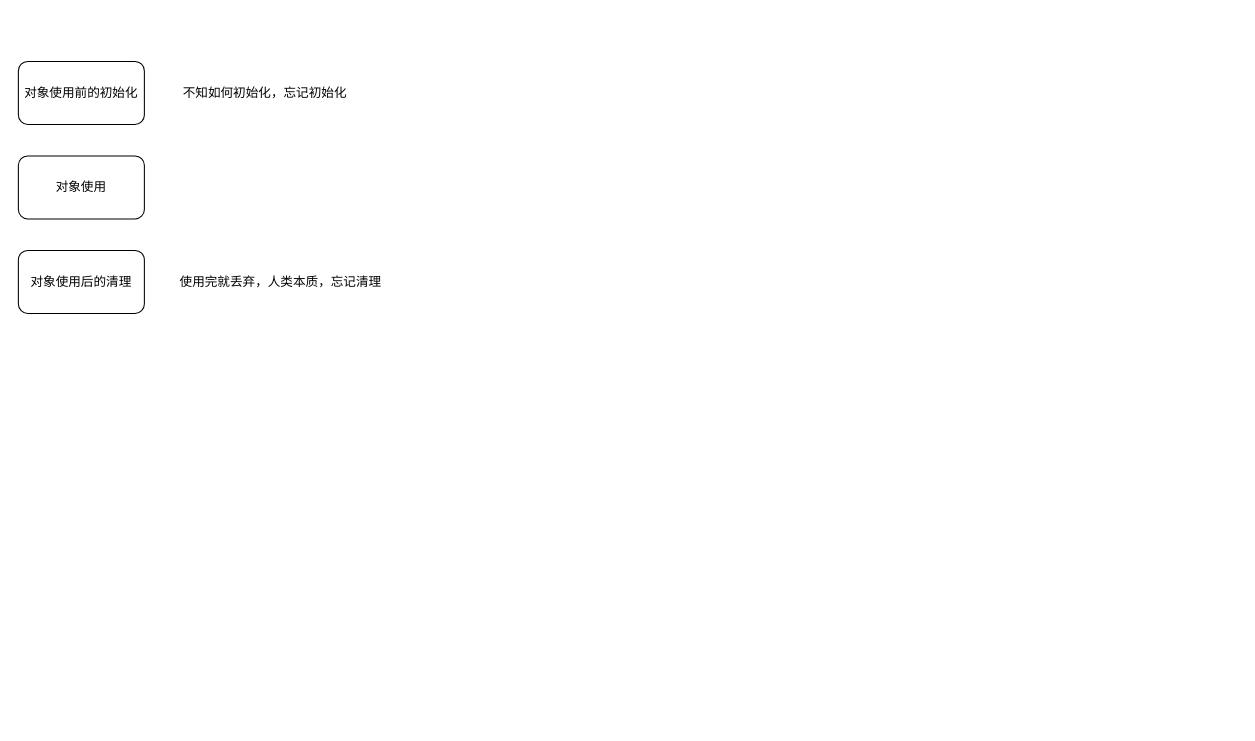
This is OnJava8/MindMap/006/001-stream.drawio from KerwinShi/JavaBookReading, a draw.io file, before an edit. Source tidied: cells renumbered, new cells numbered last; positions are measured from the earlier drawing's top-left corner, leaving out a move shared by most shapes. Both pictures are drawn from the tidied source at 105%, with x=0, y=0 at pixel (18, 61).
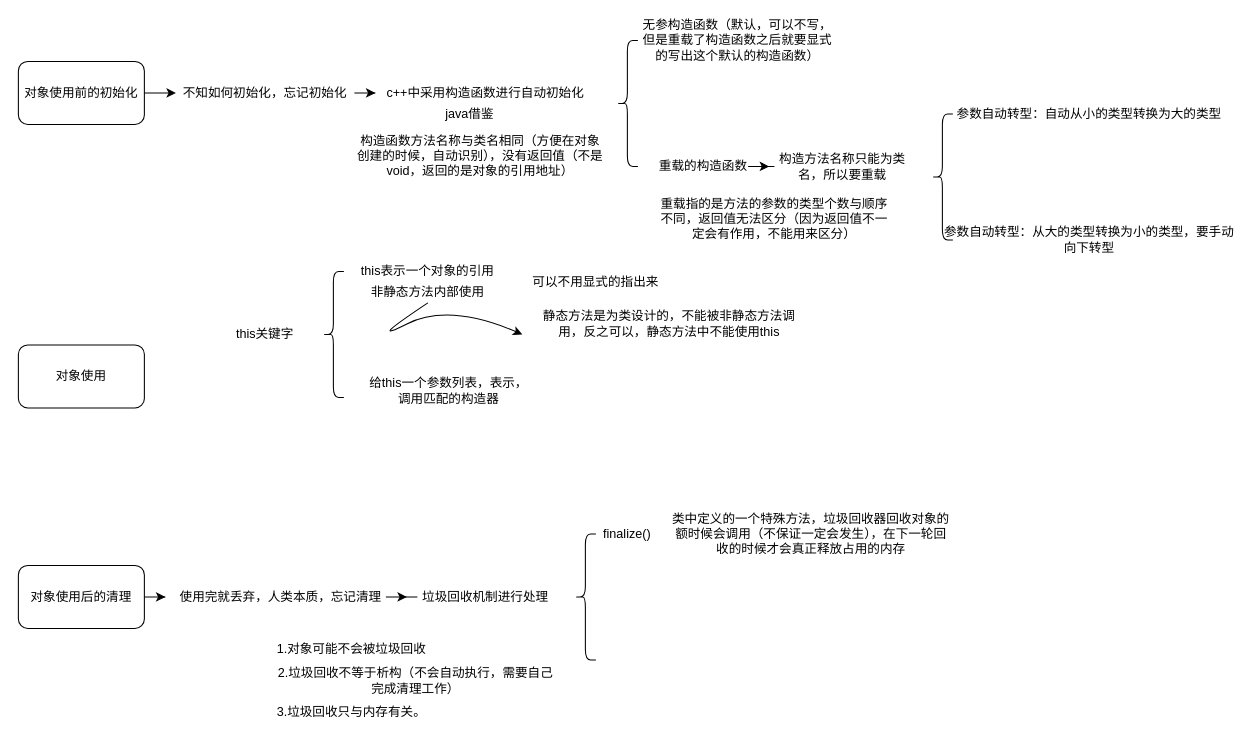
Above is the later version.

Commit message:
[add]完善图片内容

Unchanged cells that the change refers to:
```xml
<mxCell id="3" value="对象使用前的初始化" style="rounded=1;whiteSpace=wrap;html=1;" parent="1" vertex="1">
  <mxGeometry width="120" height="60" as="geometry" />
</mxCell>
<mxCell id="5" value="不知如何初始化，忘记初始化" style="text;html=1;strokeColor=none;fillColor=none;align=center;verticalAlign=middle;whiteSpace=wrap;rounded=0;" parent="1" vertex="1">
  <mxGeometry x="150" y="20" width="170" height="20" as="geometry" />
</mxCell>
```

What changed in the source:
```diff
@@
     <mxCell id="2" value="对象使用" style="rounded=1;whiteSpace=wrap;html=1;" parent="1" vertex="1">
-      <mxGeometry y="90" width="120" height="60" as="geometry" />
+      <mxGeometry y="270" width="120" height="60" as="geometry" />
     </mxCell>
+    <mxCell id="7" style="edgeStyle=orthogonalEdgeStyle;rounded=0;jettySize=auto;html=1;exitX=1;exitY=0.5;exitDx=0;exitDy=0;" parent="1" edge="1" source="3" target="5">
+      <mxGeometry relative="1" as="geometry" />
+    </mxCell>
@@
+    <mxCell id="8" style="edgeStyle=orthogonalEdgeStyle;rounded=0;jettySize=auto;html=1;exitX=1;exitY=0.5;exitDx=0;exitDy=0;" parent="1" edge="1" source="4" target="6">
+      <mxGeometry relative="1" as="geometry" />
+    </mxCell>
     <mxCell id="4" value="对象使用后的清理" style="rounded=1;whiteSpace=wrap;html=1;" parent="1" vertex="1">
-      <mxGeometry y="180" width="120" height="60" as="geometry" />
+      <mxGeometry y="480" width="120" height="60" as="geometry" />
     </mxCell>
+    <mxCell id="9" style="edgeStyle=orthogonalEdgeStyle;rounded=0;jettySize=auto;html=1;exitX=1;exitY=0.5;exitDx=0;exitDy=0;" parent="1" edge="1" source="5" target="11">
+      <mxGeometry relative="1" as="geometry" />
+    </mxCell>
@@
+    <mxCell id="10" style="edgeStyle=orthogonalEdgeStyle;rounded=0;jettySize=auto;html=1;exitX=1;exitY=0.5;exitDx=0;exitDy=0;" parent="1" edge="1" source="6" target="13">
+      <mxGeometry relative="1" as="geometry" />
+    </mxCell>
     <mxCell id="6" value="使用完就丢弃，人类本质，忘记清理" style="text;html=1;strokeColor=none;fillColor=none;align=center;verticalAlign=middle;whiteSpace=wrap;rounded=0;" parent="1" vertex="1">
-      <mxGeometry x="140" y="200" width="220" height="20" as="geometry" />
+      <mxGeometry x="140" y="500" width="220" height="20" as="geometry" />
     </mxCell>
+    <mxCell id="11" value="c++中采用构造函数进行自动初始化" style="text;html=1;strokeColor=none;fillColor=none;align=center;verticalAlign=middle;whiteSpace=wrap;rounded=0;" parent="1" vertex="1">
+      <mxGeometry x="340" y="20" width="210" height="20" as="geometry" />
+    </mxCell>
+    <mxCell id="12" value="java借鉴" style="text;html=1;strokeColor=none;fillColor=none;align=center;verticalAlign=middle;whiteSpace=wrap;rounded=0;" parent="1" vertex="1">
+      <mxGeometry x="400" y="40" width="60" height="20" as="geometry" />
+    </mxCell>
+    <mxCell id="13" value="垃圾回收机制进行处理" style="text;html=1;strokeColor=none;fillColor=none;align=center;verticalAlign=middle;whiteSpace=wrap;rounded=0;" parent="1" vertex="1">
+      <mxGeometry x="370" y="500" width="150" height="20" as="geometry" />
+    </mxCell>
+    <mxCell id="14" style="shape=curlyBracket;whiteSpace=wrap;html=1;rounded=1;" parent="1" vertex="1">
+      <mxGeometry x="570" y="-20" width="20" height="120" as="geometry" />
+    </mxCell>
+    <mxCell id="15" value="无参构造函数（默认，可以不写，但是重载了构造函数之后就要显式的写出这个默认的构造函数）" style="text;html=1;strokeColor=none;fillColor=none;align=center;verticalAlign=middle;whiteSpace=wrap;rounded=0;" parent="1" vertex="1">
+      <mxGeometry x="590" y="-30" width="190" height="20" as="geometry" />
+    </mxCell>
+    <mxCell id="16" style="edgeStyle=orthogonalEdgeStyle;rounded=0;jettySize=auto;html=1;exitX=1;exitY=0.5;exitDx=0;exitDy=0;" parent="1" edge="1" source="17" target="20">
+      <mxGeometry relative="1" as="geometry" />
+    </mxCell>
+    <mxCell id="17" value="重载的构造函数" style="text;html=1;strokeColor=none;fillColor=none;align=center;verticalAlign=middle;whiteSpace=wrap;rounded=0;" parent="1" vertex="1">
+      <mxGeometry x="605" y="90" width="95" height="20" as="geometry" />
+    </mxCell>
+    <mxCell id="18" value="重载指的是方法的参数的类型个数与顺序不同，返回值无法区分（因为返回值不一定会有作用，不能用来区分）" style="text;html=1;strokeColor=none;fillColor=none;align=center;verticalAlign=middle;whiteSpace=wrap;rounded=0;" parent="1" vertex="1">
+      <mxGeometry x="610" y="140" width="220" height="20" as="geometry" />
+    </mxCell>
+    <mxCell id="19" value="构造函数方法名称与类名相同（方便在对象创建的时候，自动识别），没有返回值（不是void，返回的是对象的引用地址）" style="text;html=1;strokeColor=none;fillColor=none;align=center;verticalAlign=middle;whiteSpace=wrap;rounded=0;" parent="1" vertex="1">
+      <mxGeometry x="320" y="80" width="240" height="20" as="geometry" />
+    </mxCell>
+    <mxCell id="20" value="构造方法名称只能为类名，所以要重载" style="text;html=1;strokeColor=none;fillColor=none;align=center;verticalAlign=middle;whiteSpace=wrap;rounded=0;" parent="1" vertex="1">
+      <mxGeometry x="715" y="90" width="140" height="20" as="geometry" />
+    </mxCell>
+    <mxCell id="21" style="shape=curlyBracket;whiteSpace=wrap;html=1;rounded=1;" parent="1" vertex="1">
+      <mxGeometry x="870" y="50" width="20" height="120" as="geometry" />
+    </mxCell>
+    <mxCell id="22" value="参数自动转型：自动从小的类型转换为大的类型" style="text;html=1;strokeColor=none;fillColor=none;align=center;verticalAlign=middle;whiteSpace=wrap;rounded=0;" parent="1" vertex="1">
+      <mxGeometry x="880" y="40" width="280" height="20" as="geometry" />
+    </mxCell>
+    <mxCell id="23" value="参数自动转型：从大的类型转换为小的类型，要手动向下转型" style="text;html=1;strokeColor=none;fillColor=none;align=center;verticalAlign=middle;whiteSpace=wrap;rounded=0;" parent="1" vertex="1">
+      <mxGeometry x="880" y="160" width="280" height="20" as="geometry" />
+    </mxCell>
+    <mxCell id="24" value="this关键字" style="text;html=1;strokeColor=none;fillColor=none;align=center;verticalAlign=middle;whiteSpace=wrap;rounded=0;" parent="1" vertex="1">
+      <mxGeometry x="190" y="250" width="90" height="20" as="geometry" />
+    </mxCell>
+    <mxCell id="25" style="shape=curlyBracket;whiteSpace=wrap;html=1;rounded=1;" parent="1" vertex="1">
+      <mxGeometry x="290" y="200" width="20" height="120" as="geometry" />
+    </mxCell>
+    <mxCell id="26" value="this表示一个对象的引用" style="text;html=1;strokeColor=none;fillColor=none;align=center;verticalAlign=middle;whiteSpace=wrap;rounded=0;" parent="1" vertex="1">
+      <mxGeometry x="310" y="190" width="160" height="20" as="geometry" />
+    </mxCell>
+    <mxCell id="27" value="非静态方法内部使用" style="text;html=1;strokeColor=none;fillColor=none;align=center;verticalAlign=middle;whiteSpace=wrap;rounded=0;" parent="1" vertex="1">
+      <mxGeometry x="320" y="210" width="140" height="20" as="geometry" />
+    </mxCell>
+    <mxCell id="28" value="可以不用显式的指出来" style="text;html=1;strokeColor=none;fillColor=none;align=center;verticalAlign=middle;whiteSpace=wrap;rounded=0;" parent="1" vertex="1">
+      <mxGeometry x="480" y="200" width="140" height="20" as="geometry" />
+    </mxCell>
+    <mxCell id="29" value="给this一个参数列表，表示，调用匹配的构造器" style="text;html=1;strokeColor=none;fillColor=none;align=center;verticalAlign=middle;whiteSpace=wrap;rounded=0;" parent="1" vertex="1">
+      <mxGeometry x="330" y="304" width="160" height="20" as="geometry" />
+    </mxCell>
+    <mxCell id="30" style="curved=1;endArrow=classic;html=1;exitX=0.5;exitY=1;exitDx=0;exitDy=0;" parent="1" edge="1" source="27">
+      <mxGeometry relative="1" as="geometry">
+        <mxPoint x="480" y="260" as="targetPoint" />
+        <Array as="points">
+          <mxPoint x="330" y="270" />
+          <mxPoint x="410" y="230" />
+        </Array>
+      </mxGeometry>
+    </mxCell>
+    <mxCell id="31" value="静态方法是为类设计的，不能被非静态方法调用，反之可以，静态方法中不能使用this" style="text;html=1;strokeColor=none;fillColor=none;align=center;verticalAlign=middle;whiteSpace=wrap;rounded=0;" parent="1" vertex="1">
+      <mxGeometry x="490" y="240" width="260" height="20" as="geometry" />
+    </mxCell>
+    <mxCell id="32" style="shape=curlyBracket;whiteSpace=wrap;html=1;rounded=1;" parent="1" vertex="1">
+      <mxGeometry x="530" y="450" width="20" height="120" as="geometry" />
+    </mxCell>
+    <mxCell id="33" value="finalize()" style="text;html=1;strokeColor=none;fillColor=none;align=center;verticalAlign=middle;whiteSpace=wrap;rounded=0;" parent="1" vertex="1">
+      <mxGeometry x="560" y="440" width="40" height="20" as="geometry" />
+    </mxCell>
+    <mxCell id="34" value="类中定义的一个特殊方法，垃圾回收器回收对象的额时候会调用（不保证一定会发生），在下一轮回收的时候才会真正释放占用的内存" style="text;html=1;strokeColor=none;fillColor=none;align=center;verticalAlign=middle;whiteSpace=wrap;rounded=0;" parent="1" vertex="1">
+      <mxGeometry x="620" y="440" width="270" height="20" as="geometry" />
+    </mxCell>
+    <mxCell id="35" value="1.对象可能不会被垃圾回收" style="text;html=1;strokeColor=none;fillColor=none;align=center;verticalAlign=middle;whiteSpace=wrap;rounded=0;" parent="1" vertex="1">
+      <mxGeometry x="235" y="550" width="165" height="20" as="geometry" />
+    </mxCell>
+    <mxCell id="36" value="2.垃圾回收不等于析构（不会自动执行，需要自己完成清理工作）" style="text;html=1;strokeColor=none;fillColor=none;align=center;verticalAlign=middle;whiteSpace=wrap;rounded=0;" parent="1" vertex="1">
+      <mxGeometry x="241" y="580" width="275" height="20" as="geometry" />
+    </mxCell>
+    <mxCell id="37" value="3.垃圾回收只与内存有关。" style="text;html=1;strokeColor=none;fillColor=none;align=center;verticalAlign=middle;whiteSpace=wrap;rounded=0;" parent="1" vertex="1">
+      <mxGeometry x="235" y="610" width="165" height="20" as="geometry" />
+    </mxCell>
```
